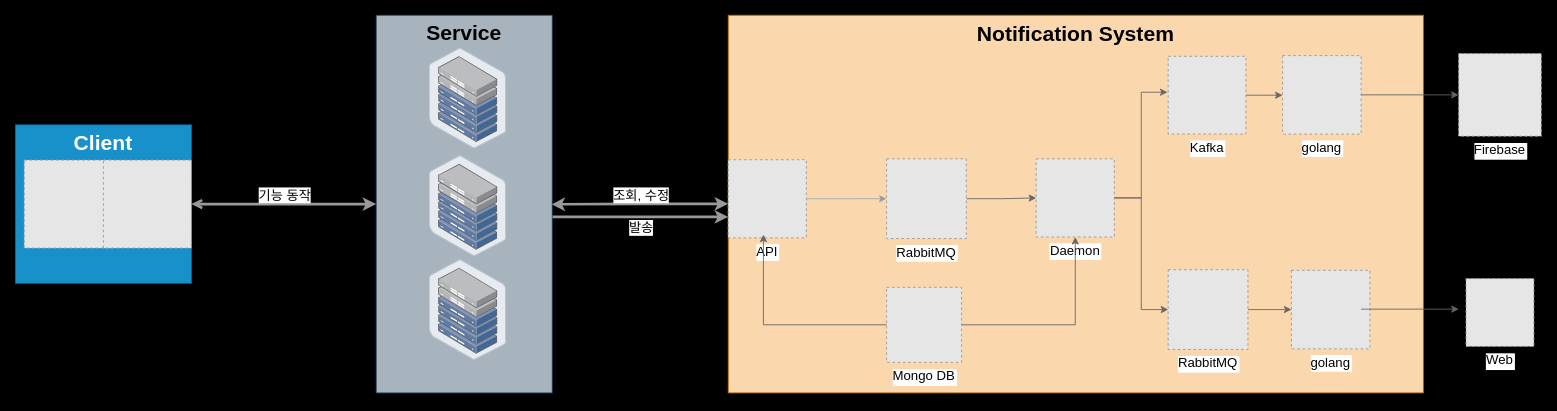
This is page "Page-1" (1 of 2) of architecture/notification.drawio from TreeStone94/drawio, a draw.io file, before an edit. Source tidied: cells renumbered, new cells numbered last; positions are measured from the earlier drawing's top-left corner, leaving out a move shared by most shapes. Both pictures are drawn from the tidied source at 88%, with x=0, y=0 at pixel (15, 15). Pictures stored in the file or linked from it are replaced by grey dashed boxes.
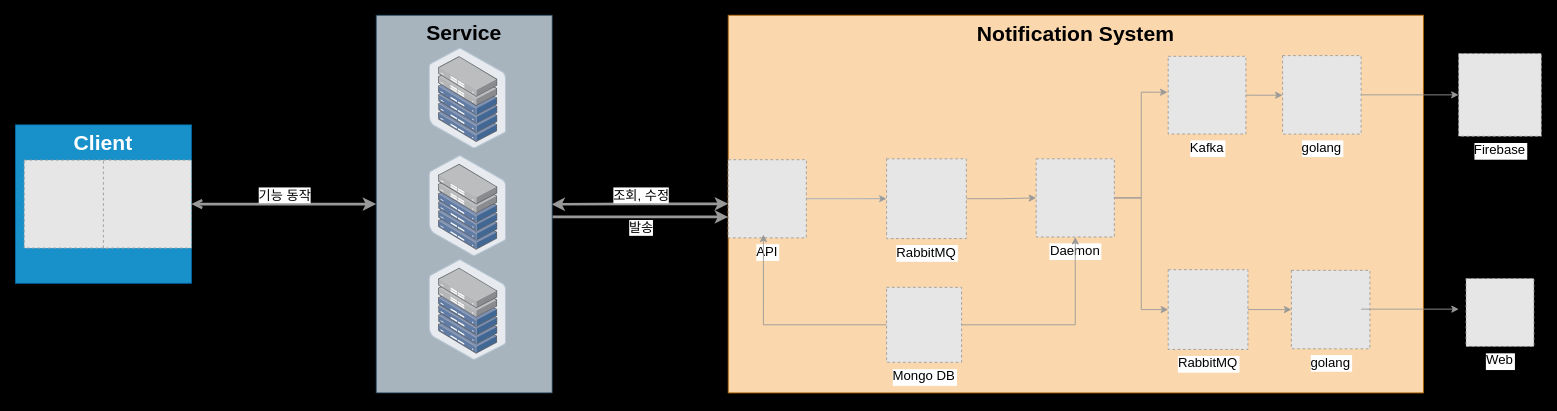
Above is the later version.

The change refers to these unchanged cells:
```xml
<mxCell id="11" value="Notification System" style="group;fillColor=#fad7ac;strokeColor=#b46504;fontSize=24;fontStyle=1;" parent="1" vertex="1">
  <mxGeometry x="810" y="-0.2" width="790" height="429.2" as="geometry" />
</mxCell>
<mxCell id="13" value="RabbitMQ" style="fillColor=#E6E6E6;strokeColor=#999999;dashed=1;verticalLabelPosition=bottom;labelBackgroundColor=#ffffff;verticalAlign=top;fontSize=15;" parent="11" vertex="1">
  <mxGeometry x="180" y="163.2" width="90.6" height="90.6" as="geometry" />
</mxCell>
<mxCell id="15" value="API" style="fillColor=#E6E6E6;strokeColor=#999999;dashed=1;verticalLabelPosition=bottom;labelBackgroundColor=default;verticalAlign=top;fontSize=15;" parent="11" vertex="1">
  <mxGeometry y="164.2" width="88.8" height="88.8" as="geometry" />
</mxCell>
<mxCell id="17" value="Daemon" style="fillColor=#E6E6E6;strokeColor=#999999;dashed=1;verticalLabelPosition=bottom;labelBackgroundColor=default;verticalAlign=top;fontSize=15;" parent="11" vertex="1">
  <mxGeometry x="350" y="163.2" width="88.8" height="88.8" as="geometry" />
</mxCell>
<mxCell id="19" value="golang" style="fillColor=#E6E6E6;strokeColor=#999999;dashed=1;verticalLabelPosition=bottom;labelBackgroundColor=default;verticalAlign=top;fontSize=15;" parent="11" vertex="1">
  <mxGeometry x="630" y="45.9" width="89.2" height="89.2" as="geometry" />
</mxCell>
<mxCell id="21" value="RabbitMQ" style="fillColor=#E6E6E6;strokeColor=#999999;dashed=1;verticalLabelPosition=bottom;labelBackgroundColor=#ffffff;verticalAlign=top;fontSize=15;" parent="11" vertex="1">
  <mxGeometry x="500" y="289.2" width="90.6" height="90.6" as="geometry" />
</mxCell>
<mxCell id="22" value="golang" style="fillColor=#E6E6E6;strokeColor=#999999;dashed=1;verticalLabelPosition=bottom;labelBackgroundColor=default;verticalAlign=top;fontSize=15;" parent="11" vertex="1">
  <mxGeometry x="640" y="289.9" width="89.2" height="89.2" as="geometry" />
</mxCell>
<mxCell id="24" value="Kafka" style="fillColor=#E6E6E6;strokeColor=#999999;dashed=1;verticalLabelPosition=bottom;labelBackgroundColor=default;verticalAlign=top;fontSize=15;" parent="11" vertex="1">
  <mxGeometry x="500" y="46.7" width="88.3" height="88.3" as="geometry" />
</mxCell>
<mxCell id="27" value="Mongo DB" style="fillColor=#E6E6E6;strokeColor=#999999;dashed=1;verticalLabelPosition=bottom;labelBackgroundColor=default;verticalAlign=top;fontSize=15;" parent="11" vertex="1">
  <mxGeometry x="180" y="309.2" width="85.2" height="85.2" as="geometry" />
</mxCell>
<mxCell id="35" value="Firebase" style="fillColor=#E6E6E6;strokeColor=#999999;dashed=1;verticalLabelPosition=bottom;labelBackgroundColor=default;verticalAlign=top;fontSize=15;" parent="1" vertex="1">
  <mxGeometry x="1640" y="43.3" width="94" height="94" as="geometry" />
</mxCell>
```

The edit, as a diff of the source:
```diff
@@
-    <mxCell id="12" style="edgeStyle=orthogonalEdgeStyle;rounded=0;jettySize=auto;html=1;strokeColor=#666666;fillColor=#f5f5f5;" parent="11" edge="1" source="13" target="17">
+    <mxCell id="12" style="edgeStyle=orthogonalEdgeStyle;rounded=0;jettySize=auto;html=1;strokeColor=#999999;fillColor=#f5f5f5;" parent="11" edge="1" source="13" target="17">
       <mxGeometry relative="1" as="geometry" />
     </mxCell>
@@
-    <mxCell id="16" style="edgeStyle=orthogonalEdgeStyle;rounded=0;jettySize=auto;html=1;exitX=1;exitY=0.5;exitDx=0;exitDy=0;entryX=0;entryY=0.5;entryDx=0;entryDy=0;strokeColor=#666666;fillColor=#f5f5f5;" parent="11" edge="1" source="17" target="21">
+    <mxCell id="16" style="edgeStyle=orthogonalEdgeStyle;rounded=0;jettySize=auto;html=1;exitX=1;exitY=0.5;exitDx=0;exitDy=0;entryX=0;entryY=0.5;entryDx=0;entryDy=0;strokeColor=#999999;fillColor=#f5f5f5;" parent="11" edge="1" source="17" target="21">
       <mxGeometry relative="1" as="geometry" />
     </mxCell>
@@
-    <mxCell id="18" style="edgeStyle=orthogonalEdgeStyle;rounded=0;jettySize=auto;html=1;strokeColor=#999999;fillColor=#bac8d3;" parent="11" edge="1" source="15" target="13">
+    <mxCell id="18" style="edgeStyle=orthogonalEdgeStyle;rounded=0;jettySize=auto;html=1;strokeColor=#999999;fillColor=#f5f5f5;" parent="11" edge="1" source="15" target="13">
       <mxGeometry relative="1" as="geometry" />
     </mxCell>
@@
-    <mxCell id="20" style="edgeStyle=orthogonalEdgeStyle;rounded=0;jettySize=auto;html=1;exitX=1;exitY=0.5;exitDx=0;exitDy=0;strokeColor=#666666;fillColor=#f5f5f5;" parent="11" edge="1" source="21" target="22">
-      <mxGeometry relative="1" as="geometry" />
+    <mxCell id="20" style="edgeStyle=orthogonalEdgeStyle;rounded=0;jettySize=auto;html=1;exitX=1;exitY=0.5;exitDx=0;exitDy=0;strokeColor=#999999;fillColor=#f5f5f5;" parent="11" edge="1" source="21" target="22">
+      <mxGeometry relative="1" as="geometry">
+        <Array as="points">
+          <mxPoint x="630" y="334" />
+          <mxPoint x="630" y="334" />
+        </Array>
+      </mxGeometry>
     </mxCell>
@@
-    <mxCell id="23" style="edgeStyle=orthogonalEdgeStyle;rounded=0;jettySize=auto;html=1;exitX=1;exitY=0.5;exitDx=0;exitDy=0;strokeColor=#666666;fillColor=#f5f5f5;" parent="11" edge="1" source="24" target="19">
+    <mxCell id="23" style="edgeStyle=orthogonalEdgeStyle;rounded=0;jettySize=auto;html=1;exitX=1;exitY=0.5;exitDx=0;exitDy=0;strokeColor=#999999;fillColor=#f5f5f5;" parent="11" edge="1" source="24" target="19">
       <mxGeometry relative="1" as="geometry">
         <Array as="points">
           <mxPoint x="600" y="91" />
           <mxPoint x="600" y="91" />
         </Array>
       </mxGeometry>
     </mxCell>
@@
-    <mxCell id="25" style="edgeStyle=orthogonalEdgeStyle;rounded=0;jettySize=auto;html=1;entryX=-0.009;entryY=0.462;entryDx=0;entryDy=0;entryPerimeter=0;strokeColor=#666666;fillColor=#f5f5f5;" parent="11" edge="1" source="17" target="24">
+    <mxCell id="25" style="edgeStyle=orthogonalEdgeStyle;rounded=0;jettySize=auto;html=1;entryX=-0.009;entryY=0.462;entryDx=0;entryDy=0;entryPerimeter=0;strokeColor=#999999;fillColor=#f5f5f5;" parent="11" edge="1" source="17" target="24">
       <mxGeometry relative="1" as="geometry" />
     </mxCell>
-    <mxCell id="26" style="edgeStyle=orthogonalEdgeStyle;rounded=0;jettySize=auto;html=1;exitX=1;exitY=0.5;exitDx=0;exitDy=0;strokeColor=#666666;fillColor=#f5f5f5;" parent="11" edge="1" source="27" target="17">
+    <mxCell id="26" style="edgeStyle=orthogonalEdgeStyle;rounded=0;jettySize=auto;html=1;exitX=1;exitY=0.5;exitDx=0;exitDy=0;strokeColor=#999999;fillColor=#f5f5f5;" parent="11" edge="1" source="27" target="17">
       <mxGeometry relative="1" as="geometry" />
     </mxCell>
@@
-    <mxCell id="28" style="edgeStyle=orthogonalEdgeStyle;rounded=0;jettySize=auto;html=1;exitX=0;exitY=0.5;exitDx=0;exitDy=0;entryX=0.451;entryY=0.958;entryDx=0;entryDy=0;entryPerimeter=0;strokeColor=#666666;fillColor=#f5f5f5;" parent="11" edge="1" source="27" target="15">
+    <mxCell id="28" style="edgeStyle=orthogonalEdgeStyle;rounded=0;jettySize=auto;html=1;exitX=0;exitY=0.5;exitDx=0;exitDy=0;entryX=0.451;entryY=0.958;entryDx=0;entryDy=0;entryPerimeter=0;strokeColor=#999999;fillColor=#f5f5f5;" parent="11" edge="1" source="27" target="15">
       <mxGeometry relative="1" as="geometry" />
     </mxCell>
-    <mxCell id="29" style="edgeStyle=orthogonalEdgeStyle;rounded=0;orthogonalLoop=1;jettySize=auto;html=1;exitX=1;exitY=0.5;exitDx=0;exitDy=0;fontColor=#FFFFFF;strokeColor=#666666;fillColor=#f5f5f5;" parent="11" edge="1">
+    <mxCell id="29" style="edgeStyle=orthogonalEdgeStyle;rounded=0;orthogonalLoop=1;jettySize=auto;html=1;exitX=1;exitY=0.5;exitDx=0;exitDy=0;fontColor=#FFFFFF;strokeColor=#999999;fillColor=#f5f5f5;" parent="11" edge="1">
       <mxGeometry relative="1" as="geometry">
         <mxPoint x="719.2" y="334" as="sourcePoint" />
         <mxPoint x="830.2" y="334" as="targetPoint" />
       </mxGeometry>
     </mxCell>
@@
-    <mxCell id="36" style="edgeStyle=orthogonalEdgeStyle;rounded=0;jettySize=auto;html=1;exitX=1;exitY=0.5;exitDx=0;exitDy=0;fontColor=#FFFFFF;strokeColor=#666666;fillColor=#f5f5f5;" parent="1" edge="1" source="19" target="35">
+    <mxCell id="36" style="edgeStyle=orthogonalEdgeStyle;rounded=0;jettySize=auto;html=1;exitX=1;exitY=0.5;exitDx=0;exitDy=0;fontColor=#FFFFFF;strokeColor=#999999;fillColor=#f5f5f5;" parent="1" edge="1" source="19" target="35">
       <mxGeometry relative="1" as="geometry" />
     </mxCell>
```
